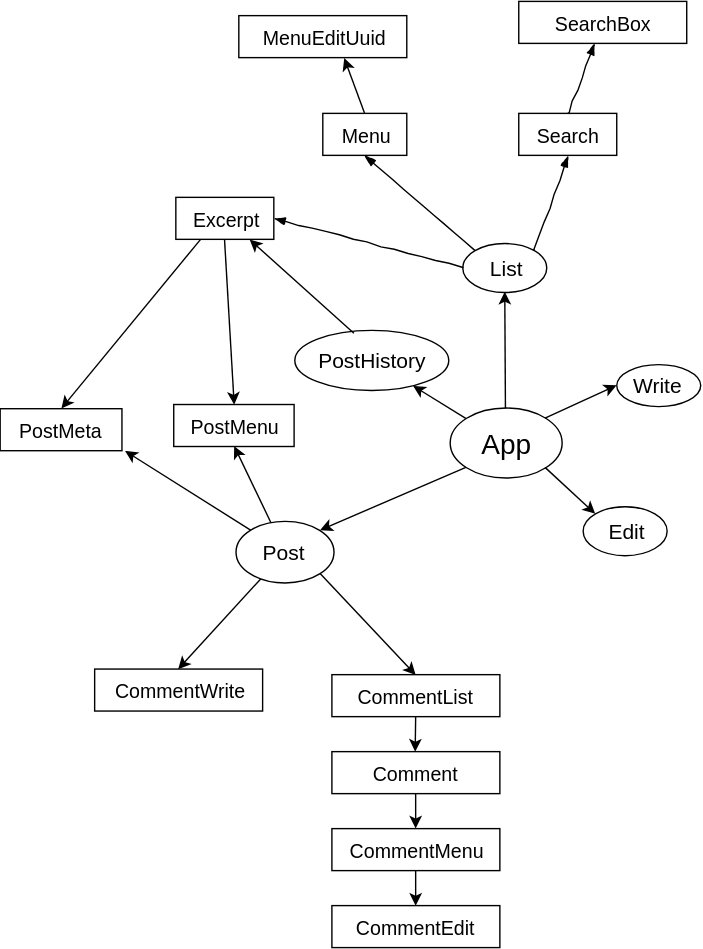
Above: public/docs/dependency.svg in min9nim/anony (draw.io), before the change. Source tidied: cells renumbered, new cells last; positions are measured from the earlier drawing's top-left corner, leaving out a move shared by most shapes. The source it was exported from:
```xml
<mxGraphModel background="#ffffff">
  <root>
    <mxCell id="0" />
    <mxCell id="1" parent="0" />
    <mxCell id="2" value="App" style="ellipse;whiteSpace=wrap;html=1;fontSize=20;" parent="1" vertex="1">
      <mxGeometry x="320.5" y="291" width="80" height="50" as="geometry" />
    </mxCell>
    <mxCell id="3" value="PostHistory&lt;br style=&quot;font-size: 15px;&quot;&gt;" style="ellipse;whiteSpace=wrap;html=1;fontSize=15;gradientColor=#ffffff;" parent="1" vertex="1">
      <mxGeometry x="210" y="235.5" width="110" height="43" as="geometry" />
    </mxCell>
    <mxCell id="4" value="Post" style="ellipse;whiteSpace=wrap;html=1;fontSize=15;" parent="1" vertex="1">
      <mxGeometry x="168" y="372" width="70" height="44" as="geometry" />
    </mxCell>
    <mxCell id="5" value="Write" style="ellipse;whiteSpace=wrap;html=1;fontSize=15;" parent="1" vertex="1">
      <mxGeometry x="439.5" y="259.5" width="60" height="30" as="geometry" />
    </mxCell>
    <mxCell id="6" value="List" style="ellipse;whiteSpace=wrap;html=1;fontSize=15;" parent="1" vertex="1">
      <mxGeometry x="330" y="173" width="60" height="35" as="geometry" />
    </mxCell>
    <mxCell id="7" value="Edit&lt;br style=&quot;font-size: 15px;&quot;&gt;" style="ellipse;whiteSpace=wrap;html=1;fontSize=15;" parent="1" vertex="1">
      <mxGeometry x="416" y="361.5" width="60" height="35" as="geometry" />
    </mxCell>
    <mxCell id="8" value="CommentEdit&lt;br style=&quot;font-size: 14px&quot;&gt;" style="rounded=0;whiteSpace=wrap;html=1;fontSize=14;" parent="1" vertex="1">
      <mxGeometry x="236.5" y="646.5" width="120" height="30" as="geometry" />
    </mxCell>
    <mxCell id="9" value="CommentList&lt;br style=&quot;font-size: 14px&quot;&gt;" style="rounded=0;whiteSpace=wrap;html=1;fontSize=14;" parent="1" vertex="1">
      <mxGeometry x="236.5" y="481.5" width="120" height="30" as="geometry" />
    </mxCell>
    <mxCell id="10" value="CommentWrite&lt;br style=&quot;font-size: 14px&quot;&gt;" style="rounded=0;whiteSpace=wrap;html=1;fontSize=14;" parent="1" vertex="1">
      <mxGeometry x="67" y="477.5" width="120" height="30" as="geometry" />
    </mxCell>
    <mxCell id="11" value="CommentMenu&lt;br style=&quot;font-size: 14px&quot;&gt;" style="rounded=0;whiteSpace=wrap;html=1;fontSize=14;" parent="1" vertex="1">
      <mxGeometry x="236.5" y="591.5" width="120" height="30" as="geometry" />
    </mxCell>
    <mxCell id="12" value="Comment&lt;br style=&quot;font-size: 14px;&quot;&gt;" style="rounded=0;whiteSpace=wrap;html=1;fontSize=14;" parent="1" vertex="1">
      <mxGeometry x="236.5" y="536.5" width="120" height="30" as="geometry" />
    </mxCell>
    <mxCell id="13" value="PostMenu&lt;br style=&quot;font-size: 14px&quot;&gt;" style="rounded=0;whiteSpace=wrap;html=1;fontSize=14;" parent="1" vertex="1">
      <mxGeometry x="123.5" y="288.5" width="86" height="30" as="geometry" />
    </mxCell>
    <mxCell id="14" value="MenuEditUuid&lt;br style=&quot;font-size: 14px&quot;&gt;" style="rounded=0;whiteSpace=wrap;html=1;fontSize=14;" parent="1" vertex="1">
      <mxGeometry x="170" y="10.7" width="120" height="30" as="geometry" />
    </mxCell>
    <mxCell id="15" value="Menu&lt;br style=&quot;font-size: 14px&quot;&gt;" style="rounded=0;whiteSpace=wrap;html=1;fontSize=14;" parent="1" vertex="1">
      <mxGeometry x="230" y="80.5" width="60" height="30" as="geometry" />
    </mxCell>
    <mxCell id="16" value="Excerpt&lt;br style=&quot;font-size: 14px;&quot;&gt;" style="rounded=0;whiteSpace=wrap;html=1;fontSize=14;" parent="1" vertex="1">
      <mxGeometry x="125" y="140.5" width="70" height="30" as="geometry" />
    </mxCell>
    <mxCell id="17" value="SearchBox&lt;br style=&quot;font-size: 14px&quot;&gt;" style="rounded=0;whiteSpace=wrap;html=1;fontSize=14;" parent="1" vertex="1">
      <mxGeometry x="370" y="0.5" width="120" height="30" as="geometry" />
    </mxCell>
    <mxCell id="18" value="PostMeta&lt;br style=&quot;font-size: 14px&quot;&gt;" style="rounded=0;whiteSpace=wrap;html=1;fontSize=14;" parent="1" vertex="1">
      <mxGeometry x="-0.5" y="291.5" width="87" height="30" as="geometry" />
    </mxCell>
    <mxCell id="19" value="Search&lt;br style=&quot;font-size: 14px&quot;&gt;" style="rounded=0;whiteSpace=wrap;html=1;fontSize=14;" parent="1" vertex="1">
      <mxGeometry x="370" y="80.5" width="70" height="30" as="geometry" />
    </mxCell>
    <mxCell id="20" style="rounded=0;comic=1;strokeWidth=1;endArrow=blockThin;html=1;fontFamily=Helvetica;fontStyle=0;exitX=0;exitY=0.5;entryX=1;entryY=0.5;fontSize=14;" parent="1" edge="1" source="6" target="16">
      <mxGeometry relative="1" as="geometry" />
    </mxCell>
    <mxCell id="21" style="rounded=0;comic=1;strokeWidth=1;endArrow=blockThin;html=1;fontFamily=Helvetica;fontStyle=0;exitX=1;exitY=0;entryX=0.5;entryY=1;fontSize=14;" parent="1" edge="1" source="6" target="19">
      <mxGeometry relative="1" as="geometry" />
    </mxCell>
    <mxCell id="22" style="rounded=0;comic=1;strokeWidth=1;endArrow=blockThin;html=1;fontFamily=Helvetica;fontStyle=0;exitX=0;exitY=0;entryX=0.5;entryY=1;fontSize=14;" parent="1" edge="1" source="6" target="15">
      <mxGeometry relative="1" as="geometry" />
    </mxCell>
    <mxCell id="23" style="endArrow=classic;html=1;fontSize=14;exitX=0.5;exitY=0;" parent="1" edge="1" source="2" target="6">
      <mxGeometry relative="1" as="geometry" />
    </mxCell>
    <mxCell id="24" style="endArrow=classic;html=1;fontSize=14;exitX=0;exitY=1;entryX=1;entryY=0;" parent="1" edge="1" source="2" target="4">
      <mxGeometry relative="1" as="geometry" />
    </mxCell>
    <mxCell id="25" style="endArrow=classic;html=1;fontSize=14;exitX=1;exitY=1;entryX=0.5;entryY=0;" parent="1" edge="1" source="4" target="9">
      <mxGeometry relative="1" as="geometry" />
    </mxCell>
    <mxCell id="26" style="endArrow=classic;html=1;fontSize=14;exitX=0;exitY=0;entryX=1.026;entryY=1.006;entryPerimeter=0;" parent="1" edge="1" source="4" target="18">
      <mxGeometry relative="1" as="geometry" />
    </mxCell>
    <mxCell id="27" style="rounded=0;comic=1;strokeWidth=1;endArrow=blockThin;html=1;fontFamily=Helvetica;fontStyle=0;exitX=0.5;exitY=0;fontSize=14;" parent="1" edge="1" source="19" target="17">
      <mxGeometry relative="1" as="geometry" />
    </mxCell>
    <mxCell id="28" style="endArrow=classic;html=1;fontSize=14;exitX=1;exitY=1;entryX=0;entryY=0;" parent="1" edge="1" source="2" target="7">
      <mxGeometry relative="1" as="geometry" />
    </mxCell>
    <mxCell id="29" style="endArrow=classic;html=1;fontSize=14;exitX=1;exitY=0;entryX=0;entryY=0.5;" parent="1" edge="1" source="2" target="5">
      <mxGeometry relative="1" as="geometry" />
    </mxCell>
    <mxCell id="30" style="endArrow=classic;html=1;fontSize=14;" parent="1" edge="1" source="2" target="3">
      <mxGeometry relative="1" as="geometry" />
    </mxCell>
    <mxCell id="31" style="endArrow=classic;html=1;fontSize=14;exitX=0.5;exitY=0;entryX=0.625;entryY=1.006;entryPerimeter=0;jumpStyle=gap;" parent="1" edge="1" source="15" target="14">
      <mxGeometry relative="1" as="geometry" />
    </mxCell>
    <mxCell id="32" style="endArrow=classic;html=1;fontSize=14;exitX=0.381;exitY=0.042;entryX=0.75;entryY=1;exitPerimeter=0;" parent="1" edge="1" source="3" target="16">
      <mxGeometry relative="1" as="geometry" />
    </mxCell>
    <mxCell id="33" style="endArrow=classic;html=1;fontSize=14;exitX=0.5;exitY=1;entryX=0.5;entryY=0;" parent="1" edge="1" source="12" target="11">
      <mxGeometry relative="1" as="geometry" />
    </mxCell>
    <mxCell id="34" style="endArrow=classic;html=1;fontSize=14;exitX=0.5;exitY=1;entryX=0.5;entryY=0;" parent="1" edge="1" source="11" target="8">
      <mxGeometry relative="1" as="geometry" />
    </mxCell>
    <mxCell id="35" style="endArrow=classic;html=1;fontSize=14;exitX=0.5;exitY=1;" parent="1" edge="1" source="9">
      <mxGeometry relative="1" as="geometry">
        <mxPoint x="296" y="536.5" as="targetPoint" />
      </mxGeometry>
    </mxCell>
    <mxCell id="36" style="endArrow=classic;html=1;fontSize=14;entryX=0.5;entryY=0;" parent="1" edge="1" source="4" target="10">
      <mxGeometry relative="1" as="geometry" />
    </mxCell>
    <mxCell id="37" style="endArrow=classic;html=1;fontSize=14;entryX=0.5;entryY=1;" parent="1" edge="1" source="4" target="13">
      <mxGeometry relative="1" as="geometry" />
    </mxCell>
    <mxCell id="38" style="endArrow=classic;html=1;fontSize=14;exitX=0.25;exitY=1;entryX=0.5;entryY=0;" parent="1" edge="1" source="16" target="18">
      <mxGeometry relative="1" as="geometry" />
    </mxCell>
    <mxCell id="39" style="endArrow=classic;html=1;fontSize=14;exitX=0.5;exitY=1;entryX=0.5;entryY=0;" parent="1" edge="1" source="16" target="13">
      <mxGeometry relative="1" as="geometry" />
    </mxCell>
  </root>
</mxGraphModel>
```
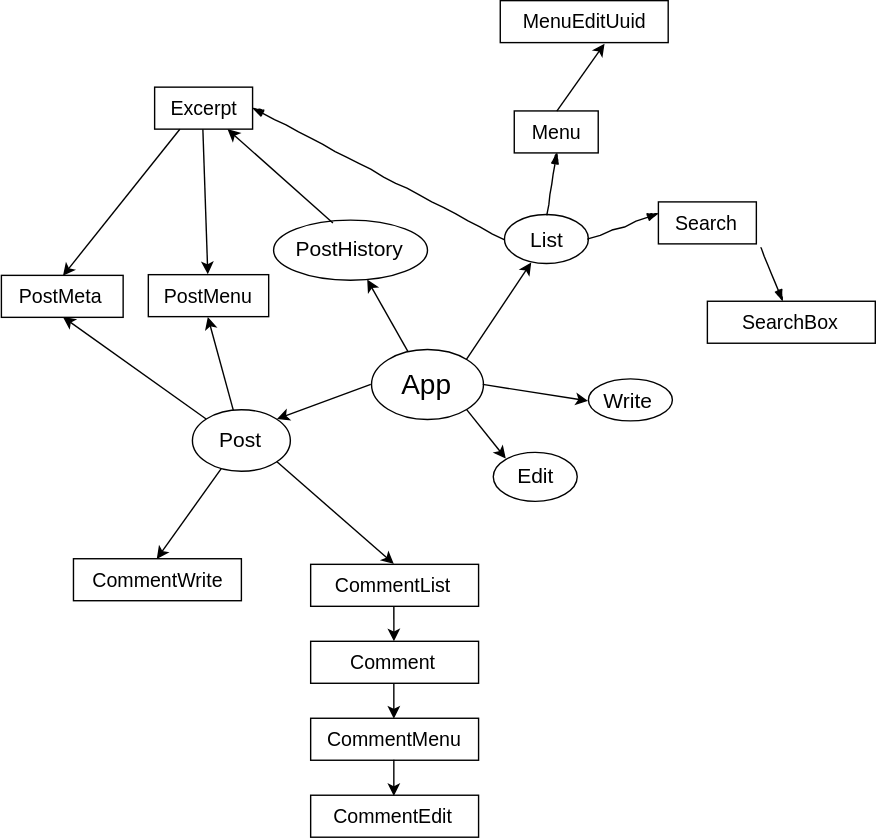
After the change.

The edit, as a diff of the source:
```diff
@@ -3,22 +3,22 @@
     <mxCell id="0" />
     <mxCell id="1" parent="0" />
     <mxCell id="2" value="App" style="ellipse;whiteSpace=wrap;html=1;fontSize=20;" parent="1" vertex="1">
-      <mxGeometry x="320.5" y="291" width="80" height="50" as="geometry" />
+      <mxGeometry x="279.5" y="328" width="80" height="50" as="geometry" />
     </mxCell>
     <mxCell id="3" value="PostHistory&lt;br style=&quot;font-size: 15px;&quot;&gt;" style="ellipse;whiteSpace=wrap;html=1;fontSize=15;gradientColor=#ffffff;" parent="1" vertex="1">
       <mxGeometry x="210" y="235.5" width="110" height="43" as="geometry" />
     </mxCell>
     <mxCell id="4" value="Post" style="ellipse;whiteSpace=wrap;html=1;fontSize=15;" parent="1" vertex="1">
-      <mxGeometry x="168" y="372" width="70" height="44" as="geometry" />
+      <mxGeometry x="152" y="371" width="70" height="44" as="geometry" />
     </mxCell>
     <mxCell id="5" value="Write" style="ellipse;whiteSpace=wrap;html=1;fontSize=15;" parent="1" vertex="1">
-      <mxGeometry x="439.5" y="259.5" width="60" height="30" as="geometry" />
+      <mxGeometry x="434.5" y="349.5" width="60" height="30" as="geometry" />
     </mxCell>
     <mxCell id="6" value="List" style="ellipse;whiteSpace=wrap;html=1;fontSize=15;" parent="1" vertex="1">
-      <mxGeometry x="330" y="173" width="60" height="35" as="geometry" />
+      <mxGeometry x="375" y="232" width="60" height="35" as="geometry" />
     </mxCell>
     <mxCell id="7" value="Edit&lt;br style=&quot;font-size: 15px;&quot;&gt;" style="ellipse;whiteSpace=wrap;html=1;fontSize=15;" parent="1" vertex="1">
-      <mxGeometry x="416" y="361.5" width="60" height="35" as="geometry" />
+      <mxGeometry x="367.5" y="401" width="60" height="35" as="geometry" />
     </mxCell>
     <mxCell id="8" value="CommentEdit&lt;br style=&quot;font-size: 14px&quot;&gt;" style="rounded=0;whiteSpace=wrap;html=1;fontSize=14;" parent="1" vertex="1">
       <mxGeometry x="236.5" y="646.5" width="120" height="30" as="geometry" />
@@ -36,54 +36,54 @@
       <mxGeometry x="236.5" y="536.5" width="120" height="30" as="geometry" />
     </mxCell>
     <mxCell id="13" value="PostMenu&lt;br style=&quot;font-size: 14px&quot;&gt;" style="rounded=0;whiteSpace=wrap;html=1;fontSize=14;" parent="1" vertex="1">
-      <mxGeometry x="123.5" y="288.5" width="86" height="30" as="geometry" />
+      <mxGeometry x="120.5" y="274.5" width="86" height="30" as="geometry" />
     </mxCell>
     <mxCell id="14" value="MenuEditUuid&lt;br style=&quot;font-size: 14px&quot;&gt;" style="rounded=0;whiteSpace=wrap;html=1;fontSize=14;" parent="1" vertex="1">
-      <mxGeometry x="170" y="10.7" width="120" height="30" as="geometry" />
+      <mxGeometry x="372" y="78.7" width="120" height="30" as="geometry" />
     </mxCell>
     <mxCell id="15" value="Menu&lt;br style=&quot;font-size: 14px&quot;&gt;" style="rounded=0;whiteSpace=wrap;html=1;fontSize=14;" parent="1" vertex="1">
-      <mxGeometry x="230" y="80.5" width="60" height="30" as="geometry" />
+      <mxGeometry x="382" y="157.5" width="60" height="30" as="geometry" />
     </mxCell>
     <mxCell id="16" value="Excerpt&lt;br style=&quot;font-size: 14px;&quot;&gt;" style="rounded=0;whiteSpace=wrap;html=1;fontSize=14;" parent="1" vertex="1">
       <mxGeometry x="125" y="140.5" width="70" height="30" as="geometry" />
     </mxCell>
     <mxCell id="17" value="SearchBox&lt;br style=&quot;font-size: 14px&quot;&gt;" style="rounded=0;whiteSpace=wrap;html=1;fontSize=14;" parent="1" vertex="1">
-      <mxGeometry x="370" y="0.5" width="120" height="30" as="geometry" />
+      <mxGeometry x="520" y="293.5" width="120" height="30" as="geometry" />
     </mxCell>
     <mxCell id="18" value="PostMeta&lt;br style=&quot;font-size: 14px&quot;&gt;" style="rounded=0;whiteSpace=wrap;html=1;fontSize=14;" parent="1" vertex="1">
-      <mxGeometry x="-0.5" y="291.5" width="87" height="30" as="geometry" />
+      <mxGeometry x="15.5" y="275" width="87" height="30" as="geometry" />
     </mxCell>
     <mxCell id="19" value="Search&lt;br style=&quot;font-size: 14px&quot;&gt;" style="rounded=0;whiteSpace=wrap;html=1;fontSize=14;" parent="1" vertex="1">
-      <mxGeometry x="370" y="80.5" width="70" height="30" as="geometry" />
+      <mxGeometry x="485" y="222.5" width="70" height="30" as="geometry" />
     </mxCell>
     <mxCell id="20" style="rounded=0;comic=1;strokeWidth=1;endArrow=blockThin;html=1;fontFamily=Helvetica;fontStyle=0;exitX=0;exitY=0.5;entryX=1;entryY=0.5;fontSize=14;" parent="1" edge="1" source="6" target="16">
       <mxGeometry relative="1" as="geometry" />
     </mxCell>
-    <mxCell id="21" style="rounded=0;comic=1;strokeWidth=1;endArrow=blockThin;html=1;fontFamily=Helvetica;fontStyle=0;exitX=1;exitY=0;entryX=0.5;entryY=1;fontSize=14;" parent="1" edge="1" source="6" target="19">
+    <mxCell id="21" style="rounded=0;comic=1;strokeWidth=1;endArrow=blockThin;html=1;fontFamily=Helvetica;fontStyle=0;exitX=1;exitY=0.5;entryX=0;entryY=0.25;fontSize=14;" parent="1" edge="1" source="6" target="19">
       <mxGeometry relative="1" as="geometry" />
     </mxCell>
-    <mxCell id="22" style="rounded=0;comic=1;strokeWidth=1;endArrow=blockThin;html=1;fontFamily=Helvetica;fontStyle=0;exitX=0;exitY=0;entryX=0.5;entryY=1;fontSize=14;" parent="1" edge="1" source="6" target="15">
+    <mxCell id="22" style="rounded=0;comic=1;strokeWidth=1;endArrow=blockThin;html=1;fontFamily=Helvetica;fontStyle=0;entryX=0.5;entryY=1;fontSize=14;exitX=0.5;exitY=0;" parent="1" edge="1" source="6" target="15">
       <mxGeometry relative="1" as="geometry" />
     </mxCell>
-    <mxCell id="23" style="endArrow=classic;html=1;fontSize=14;exitX=0.5;exitY=0;" parent="1" edge="1" source="2" target="6">
+    <mxCell id="23" style="endArrow=classic;html=1;fontSize=14;exitX=1;exitY=0;" parent="1" edge="1" source="2" target="6">
       <mxGeometry relative="1" as="geometry" />
     </mxCell>
-    <mxCell id="24" style="endArrow=classic;html=1;fontSize=14;exitX=0;exitY=1;entryX=1;entryY=0;" parent="1" edge="1" source="2" target="4">
+    <mxCell id="24" style="endArrow=classic;html=1;fontSize=14;exitX=0;exitY=0.5;entryX=1;entryY=0;" parent="1" edge="1" source="2" target="4">
       <mxGeometry relative="1" as="geometry" />
     </mxCell>
     <mxCell id="25" style="endArrow=classic;html=1;fontSize=14;exitX=1;exitY=1;entryX=0.5;entryY=0;" parent="1" edge="1" source="4" target="9">
       <mxGeometry relative="1" as="geometry" />
     </mxCell>
-    <mxCell id="26" style="endArrow=classic;html=1;fontSize=14;exitX=0;exitY=0;entryX=1.026;entryY=1.006;entryPerimeter=0;" parent="1" edge="1" source="4" target="18">
+    <mxCell id="26" style="endArrow=classic;html=1;fontSize=14;exitX=0;exitY=0;entryX=0.5;entryY=1;" parent="1" edge="1" source="4" target="18">
       <mxGeometry relative="1" as="geometry" />
     </mxCell>
-    <mxCell id="27" style="rounded=0;comic=1;strokeWidth=1;endArrow=blockThin;html=1;fontFamily=Helvetica;fontStyle=0;exitX=0.5;exitY=0;fontSize=14;" parent="1" edge="1" source="19" target="17">
+    <mxCell id="27" style="rounded=0;comic=1;strokeWidth=1;endArrow=blockThin;html=1;fontFamily=Helvetica;fontStyle=0;exitX=1.043;exitY=1.083;fontSize=14;exitPerimeter=0;" parent="1" edge="1" source="19" target="17">
       <mxGeometry relative="1" as="geometry" />
     </mxCell>
     <mxCell id="28" style="endArrow=classic;html=1;fontSize=14;exitX=1;exitY=1;entryX=0;entryY=0;" parent="1" edge="1" source="2" target="7">
       <mxGeometry relative="1" as="geometry" />
     </mxCell>
-    <mxCell id="29" style="endArrow=classic;html=1;fontSize=14;exitX=1;exitY=0;entryX=0;entryY=0.5;" parent="1" edge="1" source="2" target="5">
+    <mxCell id="29" style="endArrow=classic;html=1;fontSize=14;exitX=1;exitY=0.5;entryX=0;entryY=0.5;" parent="1" edge="1" source="2" target="5">
       <mxGeometry relative="1" as="geometry" />
     </mxCell>
     <mxCell id="30" style="endArrow=classic;html=1;fontSize=14;" parent="1" edge="1" source="2" target="3">
```
